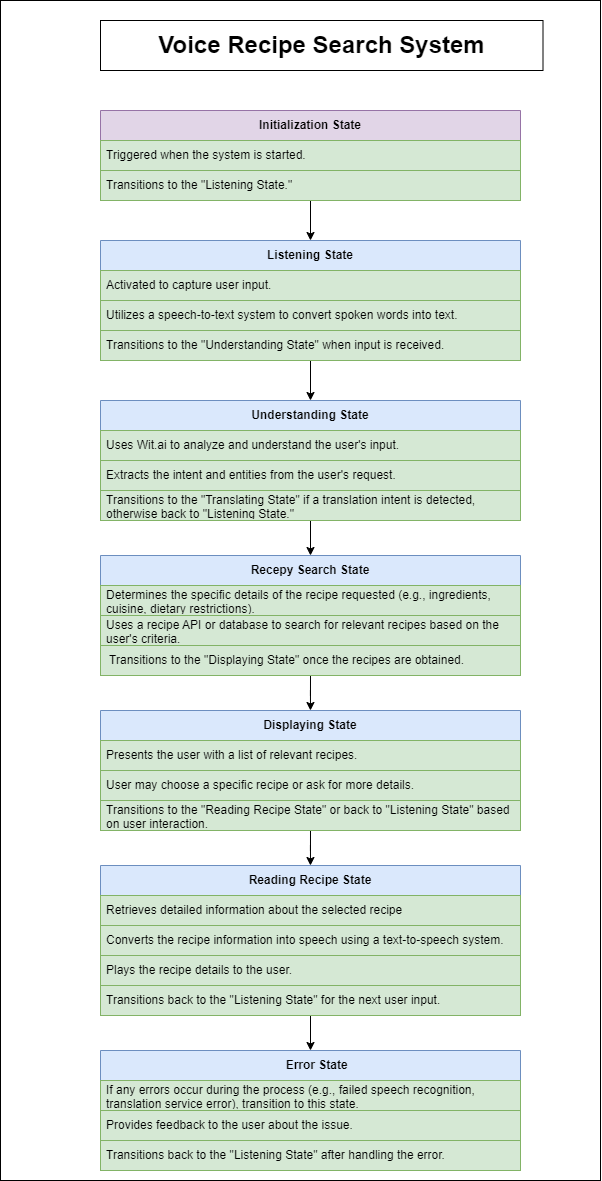
This is assets/img/Voice Language Translation State Diagram v2.png from naturuplift/VoiceRecipeSearchSystem, a draw.io export, as it was before one commit. Source tidied: cells renumbered, new cells last; positions are measured from the earlier drawing's top-left corner, leaving out a move shared by most shapes. The source it was exported from:
```xml
<mxGraphModel>
  <root>
    <mxCell id="0" />
    <mxCell id="1" parent="0" />
    <mxCell id="2" style="rounded=0;whiteSpace=wrap;html=1;" parent="1" vertex="1">
      <mxGeometry width="600" height="1180" as="geometry" />
    </mxCell>
    <mxCell id="3" value="&lt;h1 dir=&quot;auto&quot; tabindex=&quot;-1&quot;&gt;Voice Recipe Search System&lt;/h1&gt;" style="rounded=0;whiteSpace=wrap;html=1;" parent="1" vertex="1">
      <mxGeometry x="100" y="20" width="442.5" height="50" as="geometry" />
    </mxCell>
    <mxCell id="4" style="edgeStyle=orthogonalEdgeStyle;rounded=0;jettySize=auto;html=1;exitX=0.5;exitY=1;exitDx=0;exitDy=0;entryX=0.5;entryY=0;entryDx=0;entryDy=0;" parent="1" edge="1" source="5" target="9">
      <mxGeometry relative="1" as="geometry" />
    </mxCell>
    <mxCell id="5" value="&lt;b&gt;Initialization State&lt;/b&gt;" style="swimlane;fontStyle=0;horizontal=1;startSize=30;whiteSpace=wrap;html=1;fillColor=#e1d5e7;strokeColor=#9673a6;" parent="1" vertex="1">
      <mxGeometry x="100" y="110" width="420" height="90" as="geometry" />
    </mxCell>
    <mxCell id="6" value="Triggered when the system is started." style="text;strokeColor=#82b366;fillColor=#d5e8d4;align=left;verticalAlign=middle;spacingLeft=4;spacingRight=4;overflow=hidden;whiteSpace=wrap;html=1;" parent="5" vertex="1">
      <mxGeometry y="30" width="420" height="30" as="geometry" />
    </mxCell>
    <mxCell id="7" value="Transitions to the &quot;Listening State.&quot;" style="text;strokeColor=#82b366;fillColor=#d5e8d4;align=left;verticalAlign=middle;spacingLeft=4;spacingRight=4;overflow=hidden;whiteSpace=wrap;html=1;" parent="5" vertex="1">
      <mxGeometry y="60" width="420" height="30" as="geometry" />
    </mxCell>
    <mxCell id="8" style="edgeStyle=orthogonalEdgeStyle;rounded=0;jettySize=auto;html=1;exitX=0.5;exitY=1;exitDx=0;exitDy=0;entryX=0.5;entryY=0;entryDx=0;entryDy=0;" parent="1" edge="1" source="9" target="14">
      <mxGeometry relative="1" as="geometry" />
    </mxCell>
    <mxCell id="9" value="&lt;strong&gt;Listening State&lt;/strong&gt;" style="swimlane;fontStyle=0;horizontal=1;startSize=30;whiteSpace=wrap;html=1;fillColor=#dae8fc;strokeColor=#6c8ebf;" parent="1" vertex="1">
      <mxGeometry x="100" y="240" width="420" height="120" as="geometry" />
    </mxCell>
    <mxCell id="10" value="Activated to capture user input." style="text;strokeColor=#82b366;fillColor=#d5e8d4;align=left;verticalAlign=middle;spacingLeft=4;spacingRight=4;overflow=hidden;whiteSpace=wrap;html=1;" parent="9" vertex="1">
      <mxGeometry y="30" width="420" height="30" as="geometry" />
    </mxCell>
    <mxCell id="11" value="Utilizes a speech-to-text system to convert spoken words into text." style="text;strokeColor=#82b366;fillColor=#d5e8d4;align=left;verticalAlign=middle;spacingLeft=4;spacingRight=4;overflow=hidden;whiteSpace=wrap;html=1;" parent="9" vertex="1">
      <mxGeometry y="60" width="420" height="30" as="geometry" />
    </mxCell>
    <mxCell id="12" value="Transitions to the &quot;Understanding State&quot; when input is received." style="text;strokeColor=#82b366;fillColor=#d5e8d4;align=left;verticalAlign=middle;spacingLeft=4;spacingRight=4;overflow=hidden;whiteSpace=wrap;html=1;" parent="9" vertex="1">
      <mxGeometry y="90" width="420" height="30" as="geometry" />
    </mxCell>
    <mxCell id="13" style="edgeStyle=orthogonalEdgeStyle;rounded=0;jettySize=auto;html=1;exitX=0.5;exitY=1;exitDx=0;exitDy=0;entryX=0.5;entryY=0;entryDx=0;entryDy=0;" parent="1" edge="1" source="14" target="19">
      <mxGeometry relative="1" as="geometry" />
    </mxCell>
    <mxCell id="14" value="&lt;b&gt;Understanding State&lt;/b&gt;" style="swimlane;fontStyle=0;horizontal=1;startSize=30;whiteSpace=wrap;html=1;fillColor=#dae8fc;strokeColor=#6c8ebf;" parent="1" vertex="1">
      <mxGeometry x="100" y="400" width="420" height="120" as="geometry" />
    </mxCell>
    <mxCell id="15" value="Uses Wit.ai to analyze and understand the user's input." style="text;strokeColor=#82b366;fillColor=#d5e8d4;align=left;verticalAlign=middle;spacingLeft=4;spacingRight=4;overflow=hidden;whiteSpace=wrap;html=1;" parent="14" vertex="1">
      <mxGeometry y="30" width="420" height="30" as="geometry" />
    </mxCell>
    <mxCell id="16" value="Extracts the intent and entities from the user's request." style="text;strokeColor=#82b366;fillColor=#d5e8d4;align=left;verticalAlign=middle;spacingLeft=4;spacingRight=4;overflow=hidden;whiteSpace=wrap;html=1;" parent="14" vertex="1">
      <mxGeometry y="60" width="420" height="30" as="geometry" />
    </mxCell>
    <mxCell id="17" value="Transitions to the &quot;Translating State&quot; if a translation intent is detected, otherwise back to &quot;Listening State.&quot;" style="text;strokeColor=#82b366;fillColor=#d5e8d4;align=left;verticalAlign=middle;spacingLeft=4;spacingRight=4;overflow=hidden;whiteSpace=wrap;html=1;" parent="14" vertex="1">
      <mxGeometry y="90" width="420" height="30" as="geometry" />
    </mxCell>
    <mxCell id="18" style="edgeStyle=orthogonalEdgeStyle;rounded=0;jettySize=auto;html=1;exitX=0.5;exitY=1;exitDx=0;exitDy=0;" parent="1" edge="1" source="19" target="24">
      <mxGeometry relative="1" as="geometry" />
    </mxCell>
    <mxCell id="19" value="&lt;b&gt;Recepy Search State&lt;/b&gt;" style="swimlane;fontStyle=0;horizontal=1;startSize=30;whiteSpace=wrap;html=1;fillColor=#dae8fc;strokeColor=#6c8ebf;" parent="1" vertex="1">
      <mxGeometry x="100" y="555" width="420" height="120" as="geometry" />
    </mxCell>
    <mxCell id="20" value="Determines the specific details of the recipe requested (e.g., ingredients, cuisine, dietary restrictions)." style="text;strokeColor=#82b366;fillColor=#d5e8d4;align=left;verticalAlign=middle;spacingLeft=4;spacingRight=4;overflow=hidden;whiteSpace=wrap;html=1;" parent="19" vertex="1">
      <mxGeometry y="30" width="420" height="30" as="geometry" />
    </mxCell>
    <mxCell id="21" value="Uses a recipe API or database to search for relevant recipes based on the user's criteria." style="text;strokeColor=#82b366;fillColor=#d5e8d4;align=left;verticalAlign=middle;spacingLeft=4;spacingRight=4;overflow=hidden;whiteSpace=wrap;html=1;" parent="19" vertex="1">
      <mxGeometry y="60" width="420" height="30" as="geometry" />
    </mxCell>
    <mxCell id="22" value="&amp;nbsp;Transitions to the &quot;Displaying State&quot; once the recipes are obtained." style="text;strokeColor=#82b366;fillColor=#d5e8d4;align=left;verticalAlign=middle;spacingLeft=4;spacingRight=4;overflow=hidden;whiteSpace=wrap;html=1;" parent="19" vertex="1">
      <mxGeometry y="90" width="420" height="30" as="geometry" />
    </mxCell>
    <mxCell id="23" style="edgeStyle=orthogonalEdgeStyle;rounded=0;jettySize=auto;html=1;exitX=0.5;exitY=1;exitDx=0;exitDy=0;" parent="1" edge="1" source="24" target="33">
      <mxGeometry relative="1" as="geometry" />
    </mxCell>
    <mxCell id="24" value="&lt;b&gt;Displaying State&lt;/b&gt;" style="swimlane;fontStyle=0;horizontal=1;startSize=30;whiteSpace=wrap;html=1;fillColor=#dae8fc;strokeColor=#6c8ebf;" parent="1" vertex="1">
      <mxGeometry x="100" y="710" width="420" height="120" as="geometry" />
    </mxCell>
    <mxCell id="25" value="Presents the user with a list of relevant recipes." style="text;strokeColor=#82b366;fillColor=#d5e8d4;align=left;verticalAlign=middle;spacingLeft=4;spacingRight=4;overflow=hidden;whiteSpace=wrap;html=1;" parent="24" vertex="1">
      <mxGeometry y="30" width="420" height="30" as="geometry" />
    </mxCell>
    <mxCell id="26" value="User may choose a specific recipe or ask for more details." style="text;strokeColor=#82b366;fillColor=#d5e8d4;align=left;verticalAlign=middle;spacingLeft=4;spacingRight=4;overflow=hidden;whiteSpace=wrap;html=1;" parent="24" vertex="1">
      <mxGeometry y="60" width="420" height="30" as="geometry" />
    </mxCell>
    <mxCell id="27" value="Transitions to the &quot;Reading Recipe State&quot; or back to &quot;Listening State&quot; based on user interaction." style="text;strokeColor=#82b366;fillColor=#d5e8d4;align=left;verticalAlign=middle;spacingLeft=4;spacingRight=4;overflow=hidden;whiteSpace=wrap;html=1;" parent="24" vertex="1">
      <mxGeometry y="90" width="420" height="30" as="geometry" />
    </mxCell>
    <mxCell id="28" value="&lt;div&gt;&lt;b&gt;&amp;nbsp; &amp;nbsp; Error State&lt;/b&gt;&lt;/div&gt;" style="swimlane;fontStyle=0;horizontal=1;startSize=30;whiteSpace=wrap;html=1;fillColor=#dae8fc;strokeColor=#6c8ebf;" parent="1" vertex="1">
      <mxGeometry x="100" y="1050" width="420" height="120" as="geometry" />
    </mxCell>
    <mxCell id="29" value="If any errors occur during the process (e.g., failed speech recognition, translation service error), transition to this state." style="text;strokeColor=#82b366;fillColor=#d5e8d4;align=left;verticalAlign=middle;spacingLeft=4;spacingRight=4;overflow=hidden;whiteSpace=wrap;html=1;" parent="28" vertex="1">
      <mxGeometry y="30" width="420" height="30" as="geometry" />
    </mxCell>
    <mxCell id="30" value="Provides feedback to the user about the issue." style="text;strokeColor=#82b366;fillColor=#d5e8d4;align=left;verticalAlign=middle;spacingLeft=4;spacingRight=4;overflow=hidden;whiteSpace=wrap;html=1;" parent="28" vertex="1">
      <mxGeometry y="60" width="420" height="30" as="geometry" />
    </mxCell>
    <mxCell id="31" value="Transitions back to the &quot;Listening State&quot; after handling the error." style="text;strokeColor=#82b366;fillColor=#d5e8d4;align=left;verticalAlign=middle;spacingLeft=4;spacingRight=4;overflow=hidden;whiteSpace=wrap;html=1;" parent="28" vertex="1">
      <mxGeometry y="90" width="420" height="30" as="geometry" />
    </mxCell>
    <mxCell id="32" style="edgeStyle=orthogonalEdgeStyle;rounded=0;jettySize=auto;html=1;exitX=0.5;exitY=1;exitDx=0;exitDy=0;entryX=0.5;entryY=0;entryDx=0;entryDy=0;" parent="1" edge="1" source="33" target="28">
      <mxGeometry relative="1" as="geometry" />
    </mxCell>
    <mxCell id="33" value="&lt;b&gt;Reading Recipe State&lt;/b&gt;" style="swimlane;fontStyle=0;horizontal=1;startSize=30;whiteSpace=wrap;html=1;fillColor=#dae8fc;strokeColor=#6c8ebf;" parent="1" vertex="1">
      <mxGeometry x="100" y="865" width="420" height="120" as="geometry" />
    </mxCell>
    <mxCell id="34" value="Retrieves detailed information about the selected recipe" style="text;strokeColor=#82b366;fillColor=#d5e8d4;align=left;verticalAlign=middle;spacingLeft=4;spacingRight=4;overflow=hidden;whiteSpace=wrap;html=1;" parent="33" vertex="1">
      <mxGeometry y="30" width="420" height="30" as="geometry" />
    </mxCell>
    <mxCell id="35" value="Converts the recipe information into speech using a text-to-speech system." style="text;strokeColor=#82b366;fillColor=#d5e8d4;align=left;verticalAlign=middle;spacingLeft=4;spacingRight=4;overflow=hidden;whiteSpace=wrap;html=1;" parent="33" vertex="1">
      <mxGeometry y="60" width="420" height="30" as="geometry" />
    </mxCell>
    <mxCell id="36" value="Plays the recipe details to the user." style="text;strokeColor=#82b366;fillColor=#d5e8d4;align=left;verticalAlign=middle;spacingLeft=4;spacingRight=4;overflow=hidden;whiteSpace=wrap;html=1;" parent="33" vertex="1">
      <mxGeometry y="90" width="420" height="30" as="geometry" />
    </mxCell>
    <mxCell id="37" value="Transitions back to the &quot;Listening State&quot; for the next user input." style="text;strokeColor=#82b366;fillColor=#d5e8d4;align=left;verticalAlign=middle;spacingLeft=4;spacingRight=4;overflow=hidden;whiteSpace=wrap;html=1;" parent="1" vertex="1">
      <mxGeometry x="100" y="985" width="420" height="30" as="geometry" />
    </mxCell>
  </root>
</mxGraphModel>
```
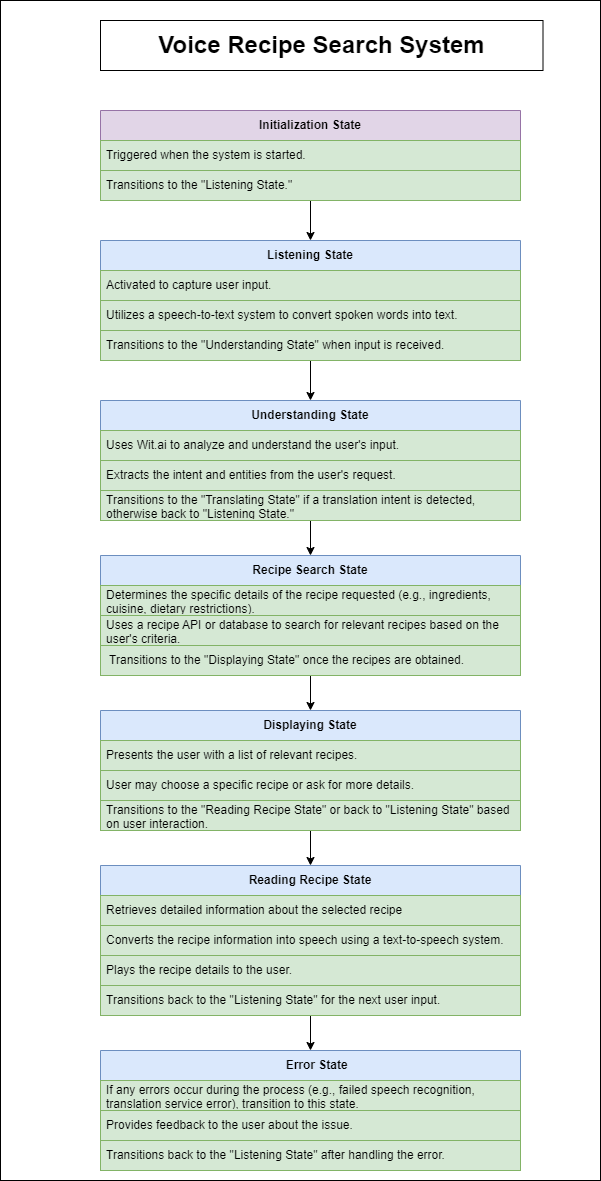
Later version of the same file.

The edit, as a diff of the source:
```diff
@@ -53,7 +53,7 @@
     <mxCell id="18" style="edgeStyle=orthogonalEdgeStyle;rounded=0;jettySize=auto;html=1;exitX=0.5;exitY=1;exitDx=0;exitDy=0;" parent="1" edge="1" source="19" target="24">
       <mxGeometry relative="1" as="geometry" />
     </mxCell>
-    <mxCell id="19" value="&lt;b&gt;Recepy Search State&lt;/b&gt;" style="swimlane;fontStyle=0;horizontal=1;startSize=30;whiteSpace=wrap;html=1;fillColor=#dae8fc;strokeColor=#6c8ebf;" parent="1" vertex="1">
+    <mxCell id="19" value="&lt;b&gt;Recipe Search State&lt;/b&gt;" style="swimlane;fontStyle=0;horizontal=1;startSize=30;whiteSpace=wrap;html=1;fillColor=#dae8fc;strokeColor=#6c8ebf;" parent="1" vertex="1">
       <mxGeometry x="100" y="555" width="420" height="120" as="geometry" />
     </mxCell>
     <mxCell id="20" value="Determines the specific details of the recipe requested (e.g., ingredients, cuisine, dietary restrictions)." style="text;strokeColor=#82b366;fillColor=#d5e8d4;align=left;verticalAlign=middle;spacingLeft=4;spacingRight=4;overflow=hidden;whiteSpace=wrap;html=1;" parent="19" vertex="1">
```
